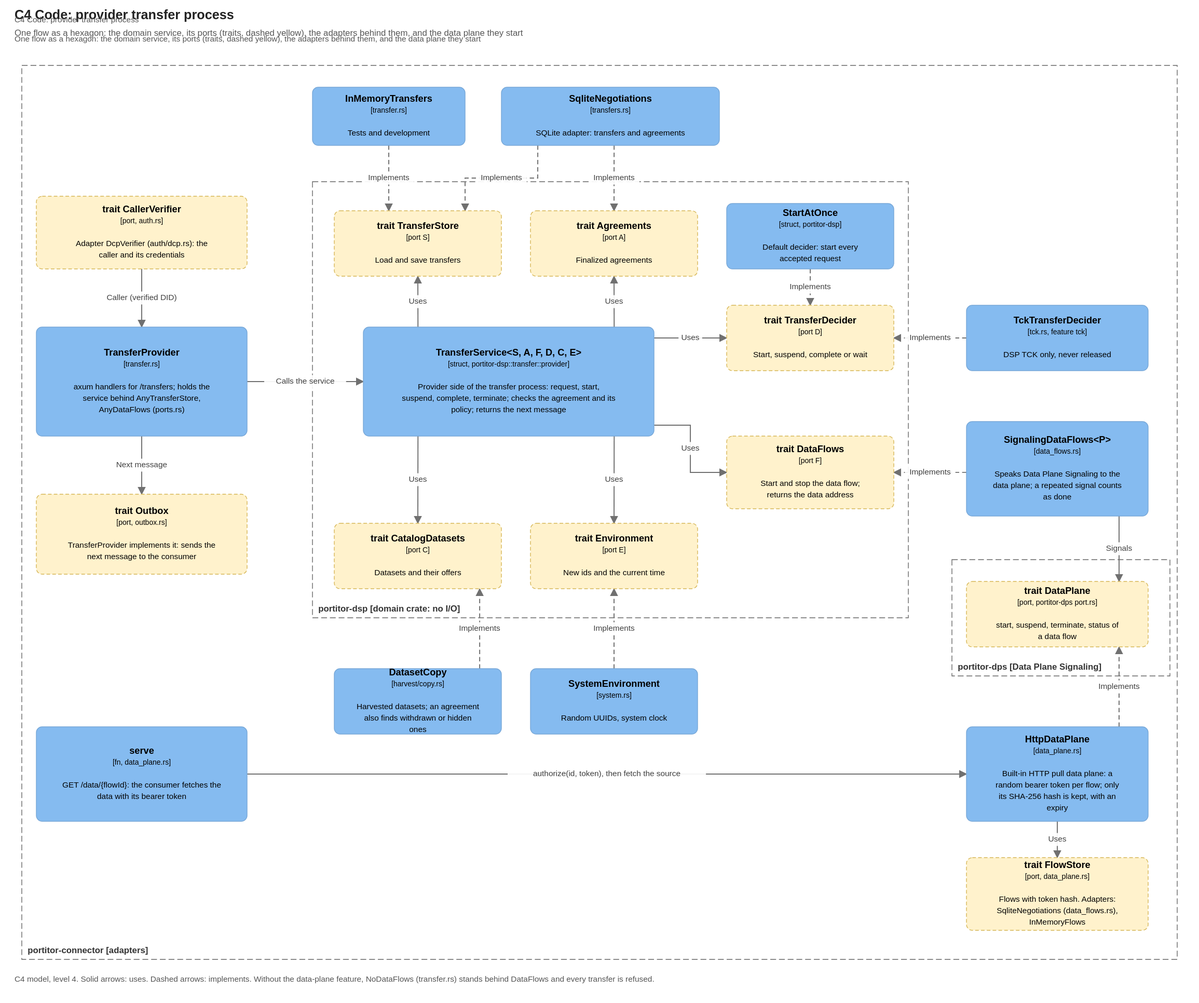
Above: docs/diagrams/c4-transfer-code.drawio.svg in brunopacheco1/portitor (draw.io), before the change. Source tidied: cells renumbered, new cells last; positions are measured from the earlier drawing's top-left corner, leaving out a move shared by most shapes.
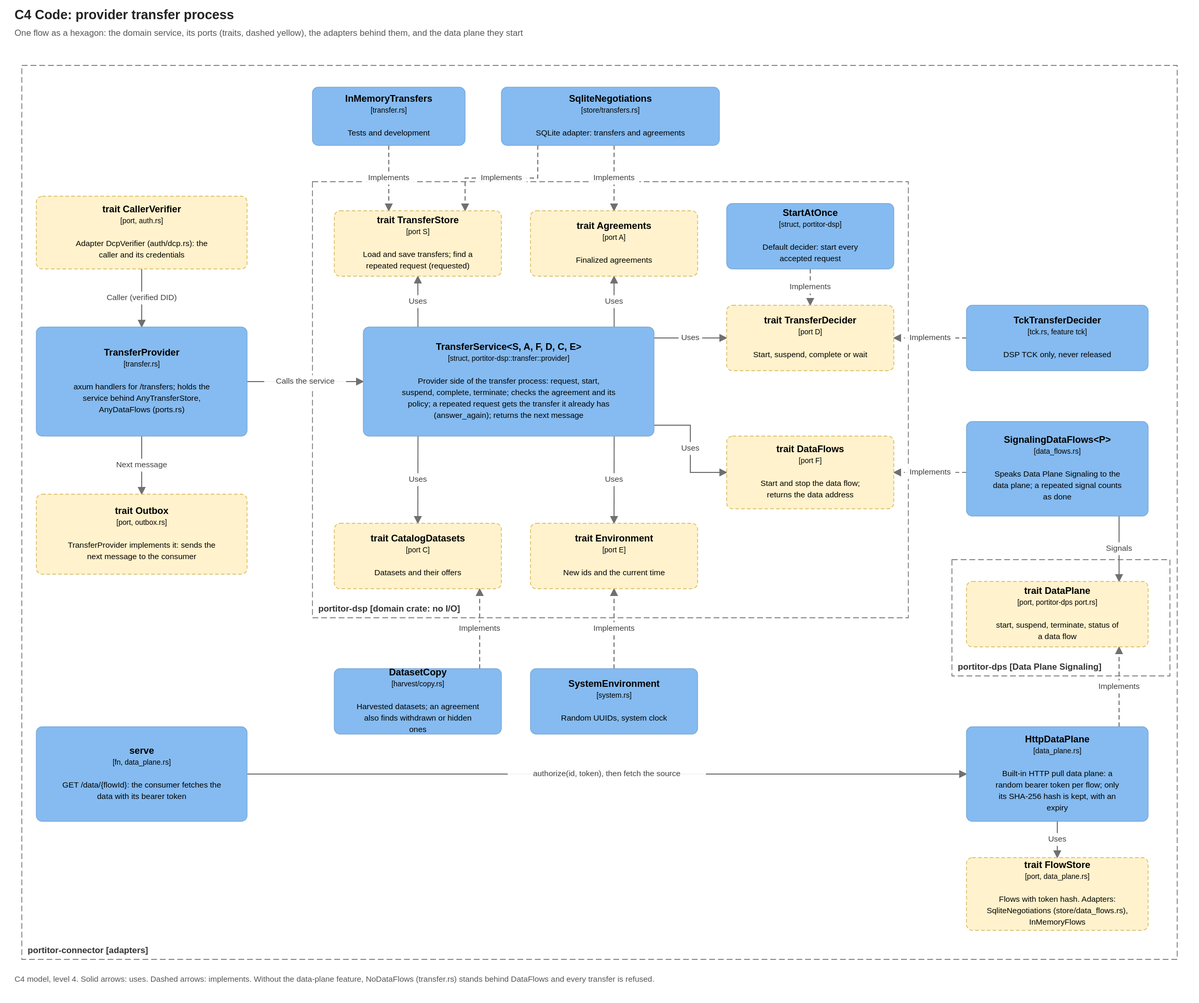
After the commit.

The edit, as a diff of the source:
```diff
@@ -2,12 +2,6 @@
   <root>
     <mxCell id="0" />
     <mxCell id="1" parent="0" />
-    <mxCell id="2" value="C4 Code: provider transfer process" style="text;html=1;align=left;verticalAlign=top;fontSize=11;fontColor=#555555;whiteSpace=wrap;" parent="1" vertex="1">
-      <mxGeometry width="1610" height="24" as="geometry" />
-    </mxCell>
-    <mxCell id="3" value="One flow as a hexagon: the domain service, its ports (traits, dashed yellow), the adapters behind them, and the data plane they start" style="text;html=1;align=left;verticalAlign=top;fontSize=11;fontColor=#555555;whiteSpace=wrap;" parent="1" vertex="1">
-      <mxGeometry y="26" width="1610" height="20" as="geometry" />
-    </mxCell>
     <mxCell id="4" value="portitor-dsp  [domain crate: no I/O]" style="rounded=0;whiteSpace=wrap;html=1;fillColor=none;dashed=1;dashPattern=8 4;strokeColor=#666666;fontColor=#333333;align=left;verticalAlign=bottom;spacingLeft=8;spacingBottom=4;fontSize=12;fontStyle=1;" parent="1" vertex="1">
       <mxGeometry x="410" y="240" width="820" height="600" as="geometry" />
     </mxCell>
@@ -17,10 +11,10 @@
     <mxCell id="6" value="portitor-connector  [adapters]" style="rounded=0;whiteSpace=wrap;html=1;fillColor=none;dashed=1;dashPattern=8 4;strokeColor=#666666;fontColor=#333333;align=left;verticalAlign=bottom;spacingLeft=8;spacingBottom=4;fontSize=12;fontStyle=1;" parent="1" vertex="1">
       <mxGeometry x="10" y="80" width="1590" height="1230" as="geometry" />
     </mxCell>
-    <mxCell id="7" value="&lt;b&gt;TransferService&amp;lt;S, A, F, D, C, E&amp;gt;&lt;/b&gt;&lt;br&gt;&lt;font style=&quot;font-size:10px&quot;&gt;[struct, portitor-dsp::transfer::provider]&lt;/font&gt;&lt;br&gt;&lt;br&gt;&lt;font style=&quot;font-size:11px&quot;&gt;Provider side of the transfer process: request, start, suspend, complete, terminate; checks the agreement and its policy; returns the next message&lt;/font&gt;" style="rounded=1;arcSize=8;whiteSpace=wrap;html=1;fillColor=#85BBF0;strokeColor=#78A8D8;fontColor=#000000;fontSize=13;align=center;verticalAlign=middle;c4Kind=component;c4Name=TransferService&lt;S, A, F, D, C, E&gt;;" parent="1" vertex="1">
+    <mxCell id="7" value="&lt;b&gt;TransferService&amp;lt;S, A, F, D, C, E&amp;gt;&lt;/b&gt;&lt;br&gt;&lt;font style=&quot;font-size:10px&quot;&gt;[struct, portitor-dsp::transfer::provider]&lt;/font&gt;&lt;br&gt;&lt;br&gt;&lt;font style=&quot;font-size:11px&quot;&gt;Provider side of the transfer process: request, start, suspend, complete, terminate; checks the agreement and its policy; a repeated request gets the transfer it already has (answer_again); returns the next message&lt;/font&gt;" style="rounded=1;arcSize=8;whiteSpace=wrap;html=1;fillColor=#85BBF0;strokeColor=#78A8D8;fontColor=#000000;fontSize=13;align=center;verticalAlign=middle;c4Kind=component;c4Name=TransferService&lt;S, A, F, D, C, E&gt;;" parent="1" vertex="1">
       <mxGeometry x="480" y="440" width="400" height="150" as="geometry" />
     </mxCell>
-    <mxCell id="8" value="&lt;b&gt;trait TransferStore&lt;/b&gt;&lt;br&gt;&lt;font style=&quot;font-size:10px&quot;&gt;[port S]&lt;/font&gt;&lt;br&gt;&lt;br&gt;&lt;font style=&quot;font-size:11px&quot;&gt;Load and save transfers&lt;/font&gt;" style="rounded=1;arcSize=8;dashed=1;whiteSpace=wrap;html=1;fillColor=#FFF2CC;strokeColor=#D6B656;fontColor=#000000;fontSize=13;align=center;verticalAlign=middle;c4Kind=port;c4Name=trait TransferStore;" parent="1" vertex="1">
+    <mxCell id="8" value="&lt;b&gt;trait TransferStore&lt;/b&gt;&lt;br&gt;&lt;font style=&quot;font-size:10px&quot;&gt;[port S]&lt;/font&gt;&lt;br&gt;&lt;br&gt;&lt;font style=&quot;font-size:11px&quot;&gt;Load and save transfers; find a repeated request (requested)&lt;/font&gt;" style="rounded=1;arcSize=8;dashed=1;whiteSpace=wrap;html=1;fillColor=#FFF2CC;strokeColor=#D6B656;fontColor=#000000;fontSize=13;align=center;verticalAlign=middle;c4Kind=port;c4Name=trait TransferStore;" parent="1" vertex="1">
       <mxGeometry x="440" y="280" width="230" height="90" as="geometry" />
     </mxCell>
     <mxCell id="9" value="&lt;b&gt;trait Agreements&lt;/b&gt;&lt;br&gt;&lt;font style=&quot;font-size:10px&quot;&gt;[port A]&lt;/font&gt;&lt;br&gt;&lt;br&gt;&lt;font style=&quot;font-size:11px&quot;&gt;Finalized agreements&lt;/font&gt;" style="rounded=1;arcSize=8;dashed=1;whiteSpace=wrap;html=1;fillColor=#FFF2CC;strokeColor=#D6B656;fontColor=#000000;fontSize=13;align=center;verticalAlign=middle;c4Kind=port;c4Name=trait Agreements;" parent="1" vertex="1">
@@ -44,7 +38,7 @@
     <mxCell id="15" value="&lt;b&gt;InMemoryTransfers&lt;/b&gt;&lt;br&gt;&lt;font style=&quot;font-size:10px&quot;&gt;[transfer.rs]&lt;/font&gt;&lt;br&gt;&lt;br&gt;&lt;font style=&quot;font-size:11px&quot;&gt;Tests and development&lt;/font&gt;" style="rounded=1;arcSize=8;whiteSpace=wrap;html=1;fillColor=#85BBF0;strokeColor=#78A8D8;fontColor=#000000;fontSize=13;align=center;verticalAlign=middle;c4Kind=component;c4Name=InMemoryTransfers;" parent="1" vertex="1">
       <mxGeometry x="410" y="110" width="210" height="80" as="geometry" />
     </mxCell>
-    <mxCell id="16" value="&lt;b&gt;SqliteNegotiations&lt;/b&gt;&lt;br&gt;&lt;font style=&quot;font-size:10px&quot;&gt;[transfers.rs]&lt;/font&gt;&lt;br&gt;&lt;br&gt;&lt;font style=&quot;font-size:11px&quot;&gt;SQLite adapter: transfers and agreements&lt;/font&gt;" style="rounded=1;arcSize=8;whiteSpace=wrap;html=1;fillColor=#85BBF0;strokeColor=#78A8D8;fontColor=#000000;fontSize=13;align=center;verticalAlign=middle;c4Kind=component;c4Name=SqliteNegotiations;" parent="1" vertex="1">
+    <mxCell id="16" value="&lt;b&gt;SqliteNegotiations&lt;/b&gt;&lt;br&gt;&lt;font style=&quot;font-size:10px&quot;&gt;[store/transfers.rs]&lt;/font&gt;&lt;br&gt;&lt;br&gt;&lt;font style=&quot;font-size:11px&quot;&gt;SQLite adapter: transfers and agreements&lt;/font&gt;" style="rounded=1;arcSize=8;whiteSpace=wrap;html=1;fillColor=#85BBF0;strokeColor=#78A8D8;fontColor=#000000;fontSize=13;align=center;verticalAlign=middle;c4Kind=component;c4Name=SqliteNegotiations;" parent="1" vertex="1">
       <mxGeometry x="670" y="110" width="300" height="80" as="geometry" />
     </mxCell>
     <mxCell id="17" value="&lt;b&gt;DatasetCopy&lt;/b&gt;&lt;br&gt;&lt;font style=&quot;font-size:10px&quot;&gt;[harvest/copy.rs]&lt;/font&gt;&lt;br&gt;&lt;br&gt;&lt;font style=&quot;font-size:11px&quot;&gt;Harvested datasets; an agreement also finds withdrawn or hidden ones&lt;/font&gt;" style="rounded=1;arcSize=8;whiteSpace=wrap;html=1;fillColor=#85BBF0;strokeColor=#78A8D8;fontColor=#000000;fontSize=13;align=center;verticalAlign=middle;c4Kind=component;c4Name=DatasetCopy;" parent="1" vertex="1">
@@ -65,7 +59,7 @@
     <mxCell id="22" value="&lt;b&gt;HttpDataPlane&lt;/b&gt;&lt;br&gt;&lt;font style=&quot;font-size:10px&quot;&gt;[data_plane.rs]&lt;/font&gt;&lt;br&gt;&lt;br&gt;&lt;font style=&quot;font-size:11px&quot;&gt;Built-in HTTP pull data plane: a random bearer token per flow; only its SHA-256 hash is kept, with an expiry&lt;/font&gt;" style="rounded=1;arcSize=8;whiteSpace=wrap;html=1;fillColor=#85BBF0;strokeColor=#78A8D8;fontColor=#000000;fontSize=13;align=center;verticalAlign=middle;c4Kind=component;c4Name=HttpDataPlane;" parent="1" vertex="1">
       <mxGeometry x="1310" y="990" width="250" height="130" as="geometry" />
     </mxCell>
-    <mxCell id="23" value="&lt;b&gt;trait FlowStore&lt;/b&gt;&lt;br&gt;&lt;font style=&quot;font-size:10px&quot;&gt;[port, data_plane.rs]&lt;/font&gt;&lt;br&gt;&lt;br&gt;&lt;font style=&quot;font-size:11px&quot;&gt;Flows with token hash. Adapters: SqliteNegotiations (data_flows.rs), InMemoryFlows&lt;/font&gt;" style="rounded=1;arcSize=8;dashed=1;whiteSpace=wrap;html=1;fillColor=#FFF2CC;strokeColor=#D6B656;fontColor=#000000;fontSize=13;align=center;verticalAlign=middle;c4Kind=port;c4Name=trait FlowStore;" parent="1" vertex="1">
+    <mxCell id="23" value="&lt;b&gt;trait FlowStore&lt;/b&gt;&lt;br&gt;&lt;font style=&quot;font-size:10px&quot;&gt;[port, data_plane.rs]&lt;/font&gt;&lt;br&gt;&lt;br&gt;&lt;font style=&quot;font-size:11px&quot;&gt;Flows with token hash. Adapters: SqliteNegotiations (store/data_flows.rs), InMemoryFlows&lt;/font&gt;" style="rounded=1;arcSize=8;dashed=1;whiteSpace=wrap;html=1;fillColor=#FFF2CC;strokeColor=#D6B656;fontColor=#000000;fontSize=13;align=center;verticalAlign=middle;c4Kind=port;c4Name=trait FlowStore;" parent="1" vertex="1">
       <mxGeometry x="1310" y="1170" width="250" height="100" as="geometry" />
     </mxCell>
     <mxCell id="24" value="&lt;b&gt;TransferProvider&lt;/b&gt;&lt;br&gt;&lt;font style=&quot;font-size:10px&quot;&gt;[transfer.rs]&lt;/font&gt;&lt;br&gt;&lt;br&gt;&lt;font style=&quot;font-size:11px&quot;&gt;axum handlers for /transfers; holds the service behind AnyTransferStore, AnyDataFlows (ports.rs)&lt;/font&gt;" style="rounded=1;arcSize=8;whiteSpace=wrap;html=1;fillColor=#85BBF0;strokeColor=#78A8D8;fontColor=#000000;fontSize=13;align=center;verticalAlign=middle;c4Kind=component;c4Name=TransferProvider;" parent="1" vertex="1">
@@ -153,8 +147,8 @@
     <mxCell id="48" value="Implements" style="endArrow=blockThin;endFill=1;html=1;rounded=0;strokeColor=#707070;fontSize=11;fontColor=#404040;labelBackgroundColor=#FFFFFF;dashed=1;exitX=0.840;exitY=0.000;exitPerimeter=0;entryX=0.840;entryY=1.000;entryPerimeter=0;" parent="1" edge="1" source="22" target="21">
       <mxGeometry relative="1" as="geometry" />
     </mxCell>
-    <mxCell id="49" value="C4 model, level 4. Solid arrows: uses. Dashed arrows: implements. Without the data-plane feature, NoDataFlows (transfer.rs) stands behind DataFlows and every transfer is refused." style="text;html=1;align=left;verticalAlign=top;fontSize=11;fontColor=#555555;whiteSpace=wrap;" parent="1" vertex="1">
-      <mxGeometry y="1320" width="1610" height="40" as="geometry" />
-    </mxCell>
+    <mxCell id="2" value="C4 model, level 4. Solid arrows: uses. Dashed arrows: implements. Without the data-plane feature, NoDataFlows (transfer.rs) stands behind DataFlows and every transfer is refused." style="text;html=1;align=left;verticalAlign=top;fontSize=11;fontColor=#555555;whiteSpace=wrap;" parent="1" vertex="1">
+      <mxGeometry y="1320" width="1610" height="40" as="geometry" />
+    </mxCell>
   </root>
 </mxGraphModel>
```
